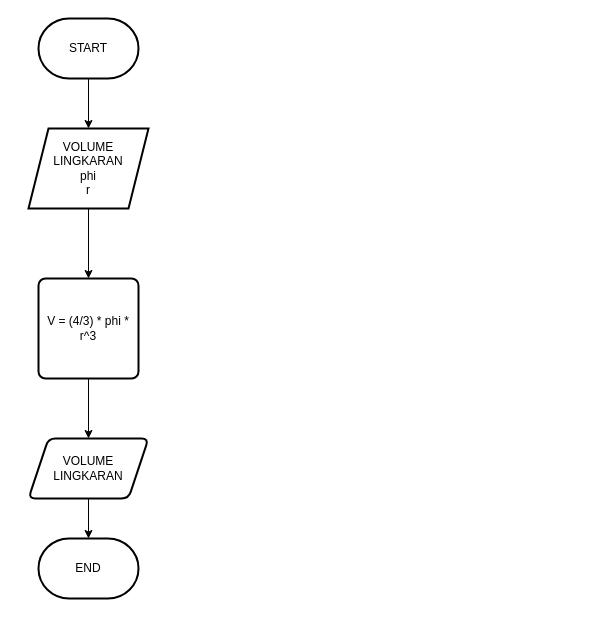
Earlier version of the draw.io diagram Menghitung Volume Lingkaran.drawio (Vanvill027/Algo_B_23241075_2). Source tidied: cells renumbered, new cells numbered last; positions are measured from the earlier drawing's top-left corner, leaving out a move shared by most shapes. Both pictures are drawn from the tidied source at 100%, with x=0, y=0 at pixel (28, 18).
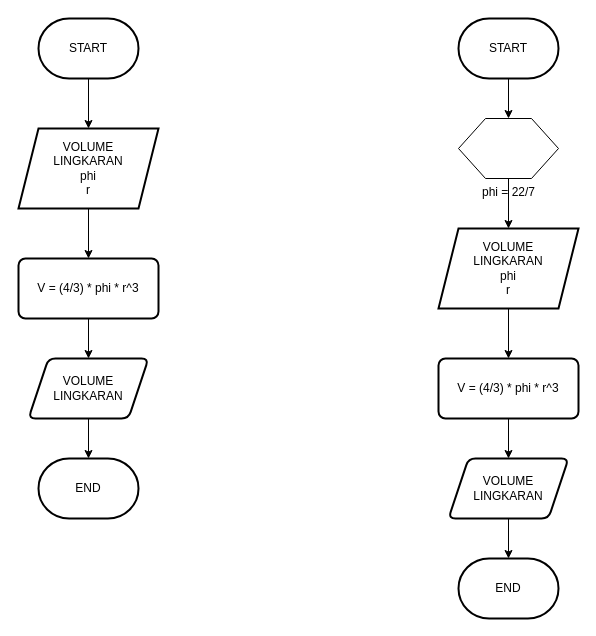
The same page after the edit.

Diff of the diagram source:
```diff
@@
     <mxCell id="5" value="VOLUME&lt;br&gt;LINGKARAN&lt;br&gt;phi&lt;br&gt;r" style="shape=parallelogram;perimeter=parallelogramPerimeter;whiteSpace=wrap;html=1;fixedSize=1;strokeWidth=2;" parent="1" vertex="1">
-      <mxGeometry y="110" width="120" height="80" as="geometry" />
+      <mxGeometry x="-10" y="110" width="140" height="80" as="geometry" />
     </mxCell>
@@
     <mxCell id="7" value="V = (4/3) * phi * r^3" style="rounded=1;whiteSpace=wrap;html=1;absoluteArcSize=1;arcSize=14;strokeWidth=2;" parent="1" vertex="1">
-      <mxGeometry x="10" y="260" width="100" height="100" as="geometry" />
+      <mxGeometry x="-10" y="240" width="140" height="60" as="geometry" />
     </mxCell>
@@
     <mxCell id="9" value="VOLUME LINGKARAN" style="shape=parallelogram;perimeter=parallelogramPerimeter;whiteSpace=wrap;html=1;fixedSize=1;rounded=1;arcSize=14;strokeWidth=2;" parent="1" vertex="1">
-      <mxGeometry y="420" width="120" height="60" as="geometry" />
+      <mxGeometry y="340" width="120" height="60" as="geometry" />
     </mxCell>
     <mxCell id="10" value="END" style="strokeWidth=2;html=1;shape=mxgraph.flowchart.terminator;whiteSpace=wrap;" parent="1" vertex="1">
-      <mxGeometry x="10" y="520" width="100" height="60" as="geometry" />
+      <mxGeometry x="10" y="440" width="100" height="60" as="geometry" />
     </mxCell>
+    <mxCell id="11" style="edgeStyle=orthogonalEdgeStyle;rounded=0;jettySize=auto;html=1;" parent="1" edge="1" source="12" target="21">
+      <mxGeometry relative="1" as="geometry" />
+    </mxCell>
+    <mxCell id="12" value="START" style="strokeWidth=2;html=1;shape=mxgraph.flowchart.terminator;whiteSpace=wrap;" parent="1" vertex="1">
+      <mxGeometry x="430" width="100" height="60" as="geometry" />
+    </mxCell>
+    <mxCell id="13" style="edgeStyle=orthogonalEdgeStyle;rounded=0;jettySize=auto;html=1;" parent="1" edge="1" source="14" target="16">
+      <mxGeometry relative="1" as="geometry" />
+    </mxCell>
+    <mxCell id="14" value="VOLUME&lt;br&gt;LINGKARAN&lt;br&gt;phi&lt;br&gt;r" style="shape=parallelogram;perimeter=parallelogramPerimeter;whiteSpace=wrap;html=1;fixedSize=1;strokeWidth=2;" parent="1" vertex="1">
+      <mxGeometry x="410" y="210" width="140" height="80" as="geometry" />
+    </mxCell>
+    <mxCell id="15" style="edgeStyle=orthogonalEdgeStyle;rounded=0;jettySize=auto;html=1;" parent="1" edge="1" source="16" target="18">
+      <mxGeometry relative="1" as="geometry" />
+    </mxCell>
+    <mxCell id="16" value="V = (4/3) * phi * r^3" style="rounded=1;whiteSpace=wrap;html=1;absoluteArcSize=1;arcSize=14;strokeWidth=2;" parent="1" vertex="1">
+      <mxGeometry x="410" y="340" width="140" height="60" as="geometry" />
+    </mxCell>
+    <mxCell id="17" style="edgeStyle=orthogonalEdgeStyle;rounded=0;jettySize=auto;html=1;" parent="1" edge="1" source="18" target="19">
+      <mxGeometry relative="1" as="geometry" />
+    </mxCell>
+    <mxCell id="18" value="VOLUME LINGKARAN" style="shape=parallelogram;perimeter=parallelogramPerimeter;whiteSpace=wrap;html=1;fixedSize=1;rounded=1;arcSize=14;strokeWidth=2;" parent="1" vertex="1">
+      <mxGeometry x="420" y="440" width="120" height="60" as="geometry" />
+    </mxCell>
+    <mxCell id="19" value="END" style="strokeWidth=2;html=1;shape=mxgraph.flowchart.terminator;whiteSpace=wrap;" parent="1" vertex="1">
+      <mxGeometry x="430" y="540" width="100" height="60" as="geometry" />
+    </mxCell>
+    <mxCell id="20" style="edgeStyle=orthogonalEdgeStyle;rounded=0;jettySize=auto;html=1;" parent="1" edge="1" source="21" target="14">
+      <mxGeometry relative="1" as="geometry" />
+    </mxCell>
+    <mxCell id="21" value="phi = 22/7" style="verticalLabelPosition=bottom;verticalAlign=top;html=1;shape=hexagon;perimeter=hexagonPerimeter2;arcSize=6;size=0.27;" parent="1" vertex="1">
+      <mxGeometry x="430" y="100" width="100" height="60" as="geometry" />
+    </mxCell>
```
